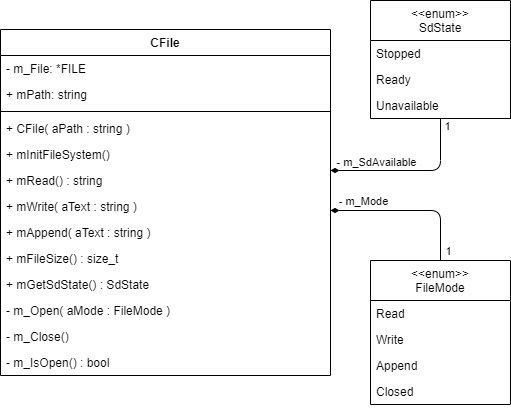
The draw.io diagram uml/sd-abstraction.png in SenseBoxTI/FirmwareDesign, before a commit. Source tidied: cells renumbered, new cells last; positions are measured from the earlier drawing's top-left corner, leaving out a move shared by most shapes.
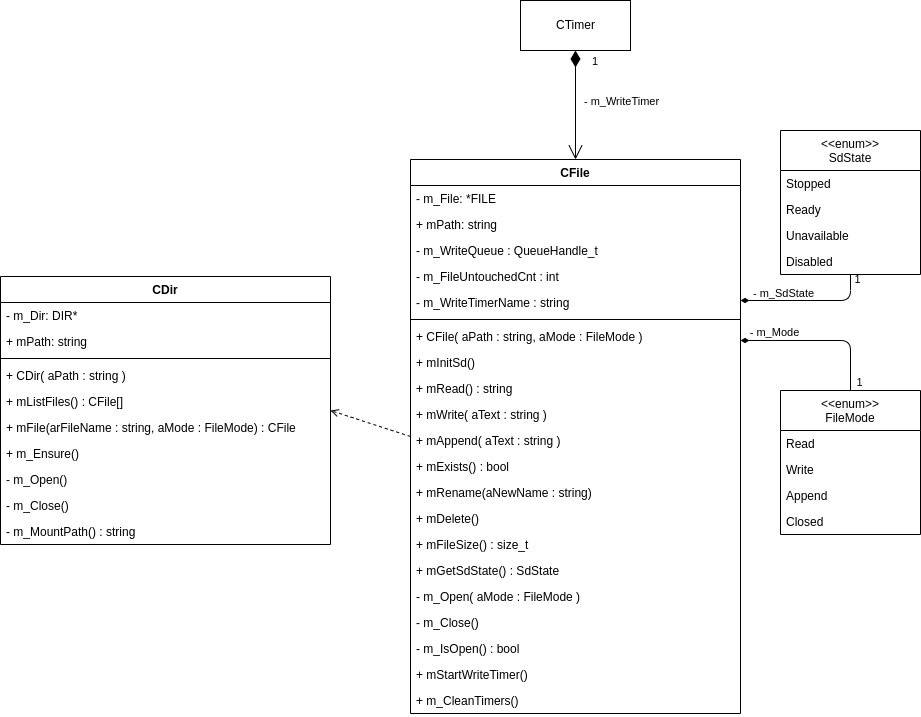
Above is the later version.

Diff of the diagram source:
```diff
@@ -2,8 +2,11 @@
   <root>
     <mxCell id="0" />
     <mxCell id="1" parent="0" />
+    <mxCell id="31" style="edgeStyle=none;html=1;exitX=0;exitY=0.5;exitDx=0;exitDy=0;entryX=1;entryY=0.5;entryDx=0;entryDy=0;dashed=1;endArrow=open;endFill=0;startArrow=none;startFill=0;" parent="1" edge="1" source="2" target="41">
+      <mxGeometry relative="1" as="geometry" />
+    </mxCell>
     <mxCell id="2" value="CFile" style="swimlane;fontStyle=1;align=center;verticalAlign=top;horizontal=1;startSize=26;" parent="1" vertex="1">
-      <mxGeometry y="29" width="330" height="346" as="geometry" />
+      <mxGeometry y="29" width="330" height="554" as="geometry" />
     </mxCell>
     <mxCell id="3" value="- m_File: *FILE" style="text;strokeColor=none;fillColor=none;align=left;verticalAlign=top;spacingLeft=4;spacingRight=4;overflow=hidden;" parent="2" vertex="1">
       <mxGeometry y="26" width="330" height="26" as="geometry" />
@@ -11,39 +14,63 @@
     <mxCell id="4" value="+ mPath: string" style="text;strokeColor=none;fillColor=none;align=left;verticalAlign=top;spacingLeft=4;spacingRight=4;overflow=hidden;" parent="2" vertex="1">
       <mxGeometry y="52" width="330" height="26" as="geometry" />
     </mxCell>
+    <mxCell id="32" value="- m_WriteQueue : QueueHandle_t" style="text;strokeColor=none;fillColor=none;align=left;verticalAlign=top;spacingLeft=4;spacingRight=4;overflow=hidden;" parent="2" vertex="1">
+      <mxGeometry y="78" width="330" height="26" as="geometry" />
+    </mxCell>
+    <mxCell id="33" value="- m_FileUntouchedCnt : int" style="text;strokeColor=none;fillColor=none;align=left;verticalAlign=top;spacingLeft=4;spacingRight=4;overflow=hidden;" parent="2" vertex="1">
+      <mxGeometry y="104" width="330" height="26" as="geometry" />
+    </mxCell>
+    <mxCell id="34" value="- m_WriteTimerName : string" style="text;strokeColor=none;fillColor=none;align=left;verticalAlign=top;spacingLeft=4;spacingRight=4;overflow=hidden;" parent="2" vertex="1">
+      <mxGeometry y="130" width="330" height="26" as="geometry" />
+    </mxCell>
     <mxCell id="5" style="line;strokeWidth=1;fillColor=none;align=left;verticalAlign=middle;spacingTop=-1;spacingLeft=3;spacingRight=3;labelPosition=right;" parent="2" vertex="1">
-      <mxGeometry y="78" width="330" height="8" as="geometry" />
+      <mxGeometry y="156" width="330" height="8" as="geometry" />
     </mxCell>
-    <mxCell id="6" value="+ CFile( aPath : string )" style="text;strokeColor=none;fillColor=none;align=left;verticalAlign=top;spacingLeft=4;spacingRight=4;overflow=hidden;" parent="2" vertex="1">
-      <mxGeometry y="86" width="330" height="26" as="geometry" />
+    <mxCell id="6" value="+ CFile( aPath : string, aMode : FileMode )" style="text;strokeColor=none;fillColor=none;align=left;verticalAlign=top;spacingLeft=4;spacingRight=4;overflow=hidden;" parent="2" vertex="1">
+      <mxGeometry y="164" width="330" height="26" as="geometry" />
     </mxCell>
-    <mxCell id="7" value="+ mInitFileSystem()" style="text;strokeColor=none;fillColor=none;align=left;verticalAlign=top;spacingLeft=4;spacingRight=4;overflow=hidden;fontStyle=0;" parent="2" vertex="1">
-      <mxGeometry y="112" width="330" height="26" as="geometry" />
+    <mxCell id="7" value="+ mInitSd()" style="text;strokeColor=none;fillColor=none;align=left;verticalAlign=top;spacingLeft=4;spacingRight=4;overflow=hidden;fontStyle=0;" parent="2" vertex="1">
+      <mxGeometry y="190" width="330" height="26" as="geometry" />
     </mxCell>
     <mxCell id="8" value="+ mRead() : string" style="text;strokeColor=none;fillColor=none;align=left;verticalAlign=top;spacingLeft=4;spacingRight=4;overflow=hidden;" parent="2" vertex="1">
-      <mxGeometry y="138" width="330" height="26" as="geometry" />
+      <mxGeometry y="216" width="330" height="26" as="geometry" />
     </mxCell>
     <mxCell id="9" value="+ mWrite( aText : string )" style="text;strokeColor=none;fillColor=none;align=left;verticalAlign=top;spacingLeft=4;spacingRight=4;overflow=hidden;" parent="2" vertex="1">
-      <mxGeometry y="164" width="330" height="26" as="geometry" />
+      <mxGeometry y="242" width="330" height="26" as="geometry" />
     </mxCell>
     <mxCell id="10" value="+ mAppend( aText : string )" style="text;strokeColor=none;fillColor=none;align=left;verticalAlign=top;spacingLeft=4;spacingRight=4;overflow=hidden;" parent="2" vertex="1">
-      <mxGeometry y="190" width="330" height="26" as="geometry" />
+      <mxGeometry y="268" width="330" height="26" as="geometry" />
     </mxCell>
+    <mxCell id="35" value="+ mExists() : bool" style="text;strokeColor=none;fillColor=none;align=left;verticalAlign=top;spacingLeft=4;spacingRight=4;overflow=hidden;" parent="2" vertex="1">
+      <mxGeometry y="294" width="330" height="26" as="geometry" />
+    </mxCell>
+    <mxCell id="36" value="+ mRename(aNewName : string)" style="text;strokeColor=none;fillColor=none;align=left;verticalAlign=top;spacingLeft=4;spacingRight=4;overflow=hidden;" parent="2" vertex="1">
+      <mxGeometry y="320" width="330" height="26" as="geometry" />
+    </mxCell>
+    <mxCell id="37" value="+ mDelete()" style="text;strokeColor=none;fillColor=none;align=left;verticalAlign=top;spacingLeft=4;spacingRight=4;overflow=hidden;" parent="2" vertex="1">
+      <mxGeometry y="346" width="330" height="26" as="geometry" />
+    </mxCell>
     <mxCell id="11" value="+ mFileSize() : size_t" style="text;strokeColor=none;fillColor=none;align=left;verticalAlign=top;spacingLeft=4;spacingRight=4;overflow=hidden;" parent="2" vertex="1">
-      <mxGeometry y="216" width="330" height="26" as="geometry" />
+      <mxGeometry y="372" width="330" height="26" as="geometry" />
     </mxCell>
     <mxCell id="12" value="+ mGetSdState() : SdState" style="text;strokeColor=none;fillColor=none;align=left;verticalAlign=top;spacingLeft=4;spacingRight=4;overflow=hidden;" parent="2" vertex="1">
-      <mxGeometry y="242" width="330" height="26" as="geometry" />
+      <mxGeometry y="398" width="330" height="26" as="geometry" />
     </mxCell>
     <mxCell id="13" value="- m_Open( aMode : FileMode )" style="text;strokeColor=none;fillColor=none;align=left;verticalAlign=top;spacingLeft=4;spacingRight=4;overflow=hidden;" parent="2" vertex="1">
-      <mxGeometry y="268" width="330" height="26" as="geometry" />
+      <mxGeometry y="424" width="330" height="26" as="geometry" />
     </mxCell>
     <mxCell id="14" value="- m_Close()" style="text;strokeColor=none;fillColor=none;align=left;verticalAlign=top;spacingLeft=4;spacingRight=4;overflow=hidden;" parent="2" vertex="1">
-      <mxGeometry y="294" width="330" height="26" as="geometry" />
+      <mxGeometry y="450" width="330" height="26" as="geometry" />
     </mxCell>
     <mxCell id="15" value="- m_IsOpen() : bool" style="text;strokeColor=none;fillColor=none;align=left;verticalAlign=top;spacingLeft=4;spacingRight=4;overflow=hidden;" parent="2" vertex="1">
-      <mxGeometry y="320" width="330" height="26" as="geometry" />
+      <mxGeometry y="476" width="330" height="26" as="geometry" />
     </mxCell>
+    <mxCell id="38" value="+ mStartWriteTimer()" style="text;strokeColor=none;fillColor=none;align=left;verticalAlign=top;spacingLeft=4;spacingRight=4;overflow=hidden;" parent="2" vertex="1">
+      <mxGeometry y="502" width="330" height="26" as="geometry" />
+    </mxCell>
+    <mxCell id="39" value="+ m_CleanTimers()" style="text;strokeColor=none;fillColor=none;align=left;verticalAlign=top;spacingLeft=4;spacingRight=4;overflow=hidden;" parent="2" vertex="1">
+      <mxGeometry y="528" width="330" height="26" as="geometry" />
+    </mxCell>
     <mxCell id="16" style="edgeStyle=orthogonalEdgeStyle;html=1;exitX=0.5;exitY=0;exitDx=0;exitDy=0;endArrow=diamondThin;endFill=1;" parent="1" edge="1" source="19" target="2">
       <mxGeometry relative="1" as="geometry">
         <Array as="points">
@@ -83,7 +110,7 @@
         </Array>
       </mxGeometry>
     </mxCell>
-    <mxCell id="25" value="- m_SdAvailable" style="edgeLabel;html=1;align=center;verticalAlign=middle;" parent="24" vertex="1">
+    <mxCell id="25" value="- m_SdState" style="edgeLabel;html=1;align=center;verticalAlign=middle;" parent="24" vertex="1">
       <mxGeometry x="0.66" y="-2" relative="1" as="geometry">
         <mxPoint x="19" y="-6" as="offset" />
       </mxGeometry>
@@ -94,7 +121,7 @@
       </mxGeometry>
     </mxCell>
     <mxCell id="27" value="&lt;&lt;enum&gt;&gt;&#10;SdState" style="swimlane;fontStyle=0;horizontal=1;startSize=40;fillColor=none;" parent="1" vertex="1">
-      <mxGeometry x="370" width="140" height="118" as="geometry" />
+      <mxGeometry x="370" width="140" height="144" as="geometry" />
     </mxCell>
     <mxCell id="28" value="Stopped" style="text;strokeColor=none;fillColor=none;align=left;verticalAlign=top;spacingLeft=4;spacingRight=4;overflow=hidden;" parent="27" vertex="1">
       <mxGeometry y="40" width="140" height="26" as="geometry" />
@@ -105,5 +132,52 @@
     <mxCell id="30" value="Unavailable" style="text;strokeColor=none;fillColor=none;align=left;verticalAlign=top;spacingLeft=4;spacingRight=4;overflow=hidden;" parent="27" vertex="1">
       <mxGeometry y="92" width="140" height="26" as="geometry" />
     </mxCell>
+    <mxCell id="40" value="Disabled" style="text;strokeColor=none;fillColor=none;align=left;verticalAlign=top;spacingLeft=4;spacingRight=4;overflow=hidden;" parent="27" vertex="1">
+      <mxGeometry y="118" width="140" height="26" as="geometry" />
+    </mxCell>
+    <mxCell id="41" value="CDir" style="swimlane;fontStyle=1;align=center;verticalAlign=top;horizontal=1;startSize=26;" parent="1" vertex="1">
+      <mxGeometry x="-410" y="146" width="330" height="268" as="geometry" />
+    </mxCell>
+    <mxCell id="42" value="- m_Dir: DIR*" style="text;strokeColor=none;fillColor=none;align=left;verticalAlign=top;spacingLeft=4;spacingRight=4;overflow=hidden;" parent="41" vertex="1">
+      <mxGeometry y="26" width="330" height="26" as="geometry" />
+    </mxCell>
+    <mxCell id="43" value="+ mPath: string" style="text;strokeColor=none;fillColor=none;align=left;verticalAlign=top;spacingLeft=4;spacingRight=4;overflow=hidden;" parent="41" vertex="1">
+      <mxGeometry y="52" width="330" height="26" as="geometry" />
+    </mxCell>
+    <mxCell id="44" style="line;strokeWidth=1;fillColor=none;align=left;verticalAlign=middle;spacingTop=-1;spacingLeft=3;spacingRight=3;labelPosition=right;" parent="41" vertex="1">
+      <mxGeometry y="78" width="330" height="8" as="geometry" />
+    </mxCell>
+    <mxCell id="45" value="+ CDir( aPath : string )" style="text;strokeColor=none;fillColor=none;align=left;verticalAlign=top;spacingLeft=4;spacingRight=4;overflow=hidden;" parent="41" vertex="1">
+      <mxGeometry y="86" width="330" height="26" as="geometry" />
+    </mxCell>
+    <mxCell id="46" value="+ mListFiles() : CFile[]" style="text;strokeColor=none;fillColor=none;align=left;verticalAlign=top;spacingLeft=4;spacingRight=4;overflow=hidden;" parent="41" vertex="1">
+      <mxGeometry y="112" width="330" height="26" as="geometry" />
+    </mxCell>
+    <mxCell id="47" value="+ mFile(arFileName : string, aMode : FileMode) : CFile" style="text;strokeColor=none;fillColor=none;align=left;verticalAlign=top;spacingLeft=4;spacingRight=4;overflow=hidden;" parent="41" vertex="1">
+      <mxGeometry y="138" width="330" height="26" as="geometry" />
+    </mxCell>
+    <mxCell id="48" value="+ m_Ensure()" style="text;strokeColor=none;fillColor=none;align=left;verticalAlign=top;spacingLeft=4;spacingRight=4;overflow=hidden;" parent="41" vertex="1">
+      <mxGeometry y="164" width="330" height="26" as="geometry" />
+    </mxCell>
+    <mxCell id="49" value="- m_Open()" style="text;strokeColor=none;fillColor=none;align=left;verticalAlign=top;spacingLeft=4;spacingRight=4;overflow=hidden;" parent="41" vertex="1">
+      <mxGeometry y="190" width="330" height="26" as="geometry" />
+    </mxCell>
+    <mxCell id="50" value="- m_Close()" style="text;strokeColor=none;fillColor=none;align=left;verticalAlign=top;spacingLeft=4;spacingRight=4;overflow=hidden;" parent="41" vertex="1">
+      <mxGeometry y="216" width="330" height="26" as="geometry" />
+    </mxCell>
+    <mxCell id="51" value="- m_MountPath() : string" style="text;strokeColor=none;fillColor=none;align=left;verticalAlign=top;spacingLeft=4;spacingRight=4;overflow=hidden;" parent="41" vertex="1">
+      <mxGeometry y="242" width="330" height="26" as="geometry" />
+    </mxCell>
+    <mxCell id="52" value="CTimer" style="html=1;" parent="1" vertex="1">
+      <mxGeometry x="110" y="-130" width="110" height="50" as="geometry" />
+    </mxCell>
+    <mxCell id="53" value="1" style="endArrow=open;html=1;endSize=12;startArrow=diamondThin;startSize=14;startFill=1;edgeStyle=orthogonalEdgeStyle;align=left;verticalAlign=bottom;" parent="1" edge="1" source="52" target="2">
+      <mxGeometry x="-0.63" y="15" relative="1" as="geometry" />
+    </mxCell>
+    <mxCell id="54" value="- m_WriteTimer" style="edgeLabel;html=1;align=center;verticalAlign=middle;" parent="53" vertex="1">
+      <mxGeometry x="-0.27" y="-3" relative="1" as="geometry">
+        <mxPoint x="48" y="10" as="offset" />
+      </mxGeometry>
+    </mxCell>
   </root>
 </mxGraphModel>
```
